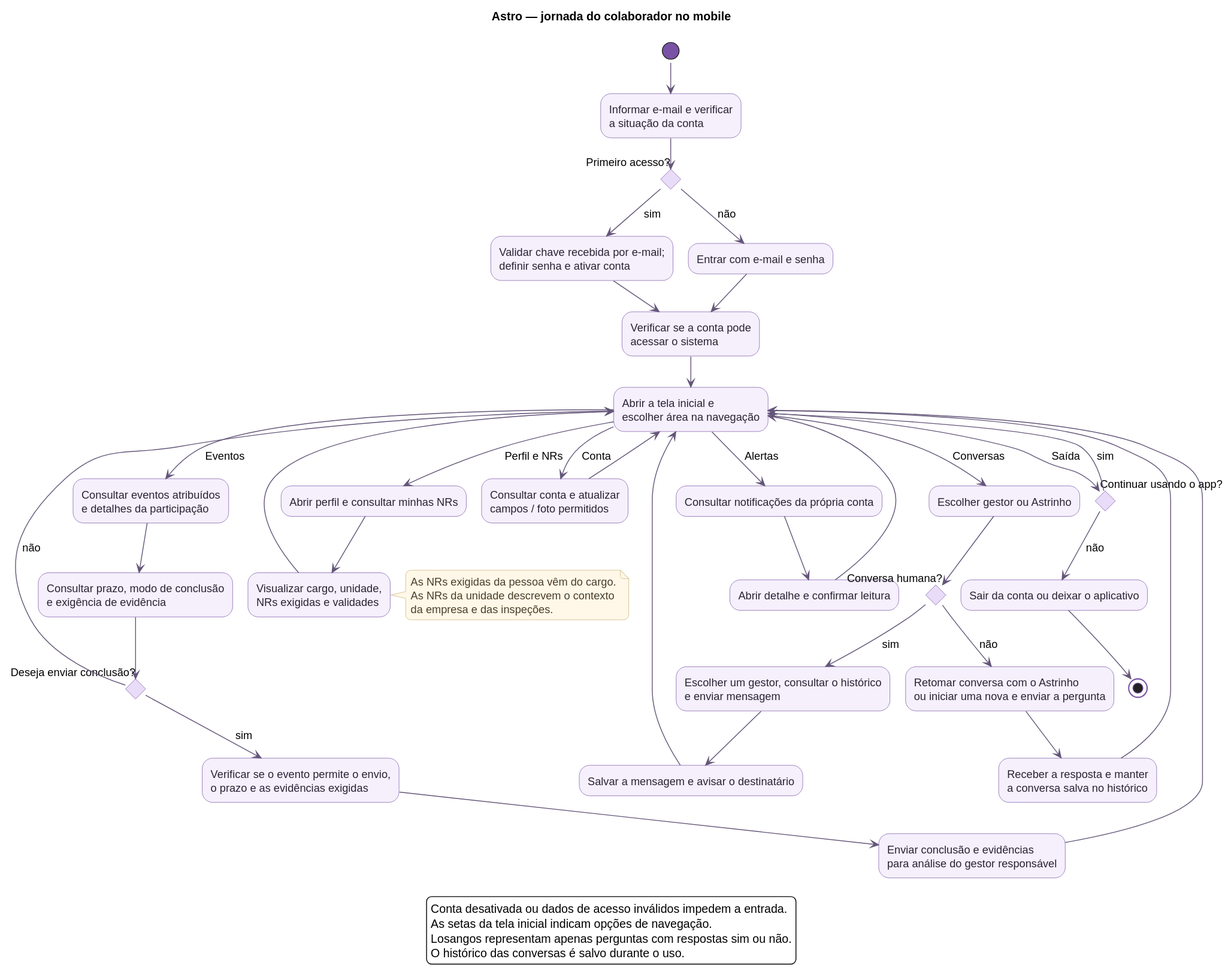
This is diagrams/rendered/fluxo_funcionario.svg from Astro-Inter/astro-eqs-diagrams, a PlantUML export, as it was before one commit.
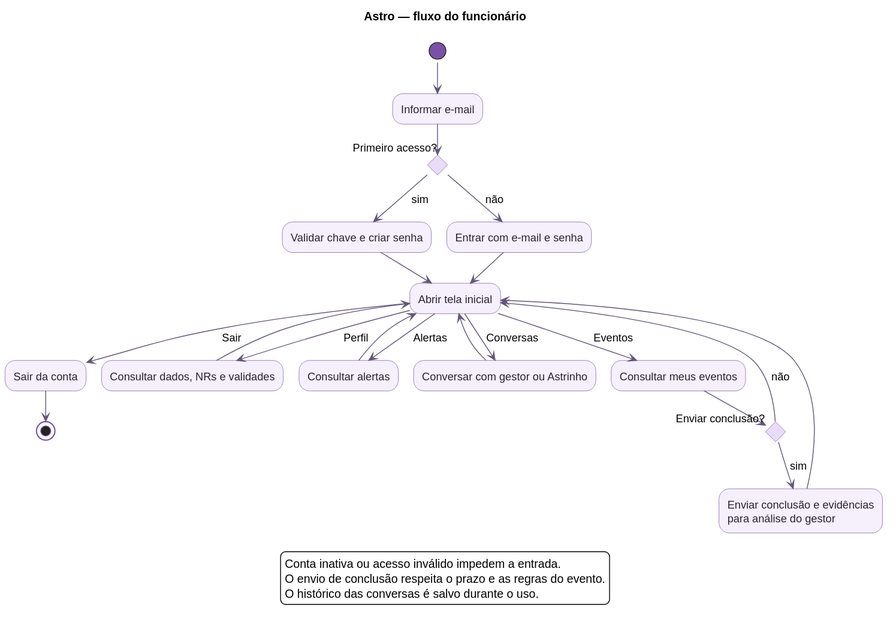
Above is the later version.

What changed in the source:
```diff
@@ -1,66 +1,37 @@
 @startuml
 !pragma layout smetana
 !include estilo.iuml
-title Astro — jornada do colaborador no mobile
+title Astro — fluxo do funcionário
 
-(*) --> "Informar e-mail e verificar\na situação da conta" as identificar
+(*) --> "Informar e-mail" as identificar
 --> if "Primeiro acesso?" then
-  -->[sim] "Validar chave recebida por e-mail;\ndefinir senha e ativar conta" as ativar
-  --> "Verificar se a conta pode\nacessar o sistema" as verificar_acesso
+  -->[sim] "Validar chave e criar senha" as ativar
+  --> "Abrir tela inicial" as menu
 else
   -->[não] "Entrar com e-mail e senha" as entrar
-  --> verificar_acesso
+  --> menu
 endif
-verificar_acesso --> "Abrir a tela inicial e\nescolher área na navegação" as menu
 
-menu -->[Eventos] "Consultar eventos atribuídos\ne detalhes da participação" as eventos
---> "Consultar prazo, modo de conclusão\ne exigência de evidência" as detalhes_evento
---> if "Deseja enviar conclusão?" then
-  -->[sim] "Verificar se o evento permite o envio,\no prazo e as evidências exigidas" as verificar_envio
-  --> "Enviar conclusão e evidências\npara análise do gestor responsável" as enviar_conclusao
+menu -->[Eventos] "Consultar meus eventos" as eventos
+--> if "Enviar conclusão?" then
+  -->[sim] "Enviar conclusão e evidências\npara análise do gestor" as concluir
   --> menu
 else
   -->[não] menu
 endif
 
-menu -->[Perfil e NRs] "Abrir perfil e consultar minhas NRs" as perfil
---> "Visualizar cargo, unidade,\nNRs exigidas e validades" as nrs
-note right
-  As NRs exigidas da pessoa vêm do cargo.
-  As NRs da unidade descrevem o contexto
-  da empresa e das inspeções.
-end note
-nrs --> menu
-
-menu -->[Alertas] "Consultar notificações da própria conta" as alertas
---> "Abrir detalhe e confirmar leitura" as ler_alerta
+menu -->[Perfil] "Consultar dados, NRs e validades" as perfil
 --> menu
-
-menu -->[Conversas] "Escolher gestor ou Astrinho" as conversas
---> if "Conversa humana?" then
-  -->[sim] "Escolher um gestor, consultar o histórico\ne enviar mensagem" as mensagem_humana
-  --> "Salvar a mensagem e avisar o destinatário" as salvar_mensagem
-  --> menu
-else
-  -->[não] "Retomar conversa com o Astrinho\nou iniciar uma nova e enviar a pergunta" as pergunta
-  --> "Receber a resposta e manter\na conversa salva no histórico" as resposta
-  --> menu
-endif
-
-menu -->[Conta] "Consultar conta e atualizar\ncampos / foto permitidos" as conta
+menu -->[Alertas] "Consultar alertas" as alertas
 --> menu
-
-menu -->[Saída] if "Continuar usando o app?" then
-  -->[sim] menu
-else
-  -->[não] "Sair da conta ou deixar o aplicativo" as sair
-  --> (*)
-endif
+menu -->[Conversas] "Conversar com gestor ou Astrinho" as conversas
+--> menu
+menu -->[Sair] "Sair da conta" as sair
+--> (*)
 
 legend bottom
-  Conta desativada ou dados de acesso inválidos impedem a entrada.
-  As setas da tela inicial indicam opções de navegação.
-  Losangos representam apenas perguntas com respostas sim ou não.
+  Conta inativa ou acesso inválido impedem a entrada.
+  O envio de conclusão respeita o prazo e as regras do evento.
   O histórico das conversas é salvo durante o uso.
 endlegend
 @enduml
```
